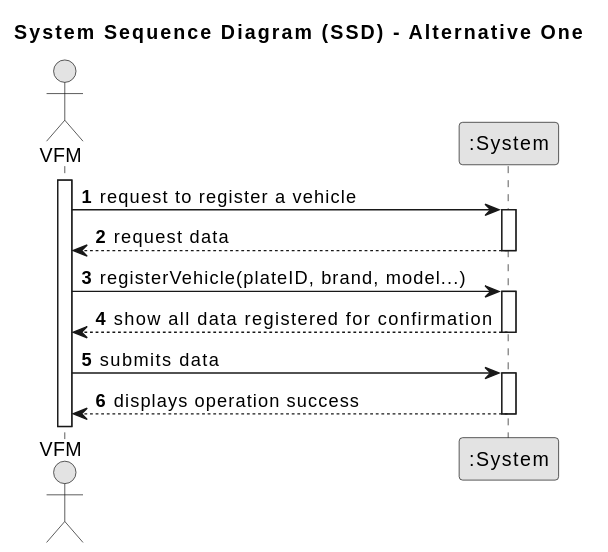
This is docs/sprintC/us006/01.requirements-engineering/svg/us006-system-sequence-diagram-alternative-one.svg from SAEmanuel/Green_Spaces_Management_ISEP, a PlantUML export, as it was before one commit.
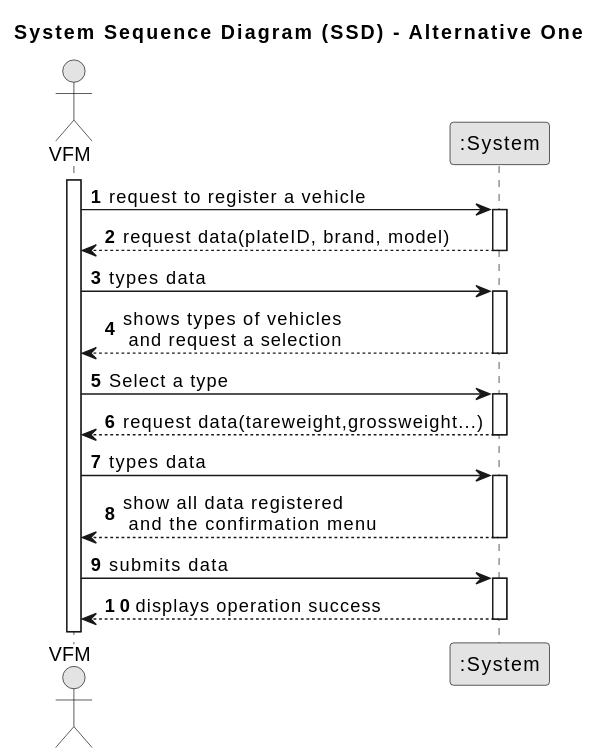
After the commit.

The edit, as a diff of the source:
```diff
@@ -15,13 +15,27 @@
     Employee -> System : request to register a vehicle
     activate System
 
-        System --> Employee : request data
+        System --> Employee : request data(plateID, brand, model)
             deactivate System
 
-    Employee -> System : registerVehicle(plateID, brand, model...)
+    Employee -> System : types data
+
     activate System
 
-    System --> Employee : show all data registered  for confirmation
+    System --> Employee : shows types of vehicles\n and request a selection
+    deactivate System
+
+    Employee -> System : Select a type
+    activate System
+
+    System --> Employee : request data(tareweight,grossweight...)
+    deactivate System
+
+    Employee -> System : types data
+
+    activate System
+
+    System --> Employee : show all data registered\n and the confirmation menu
     deactivate System
 
     Employee -> System : submits data
```
